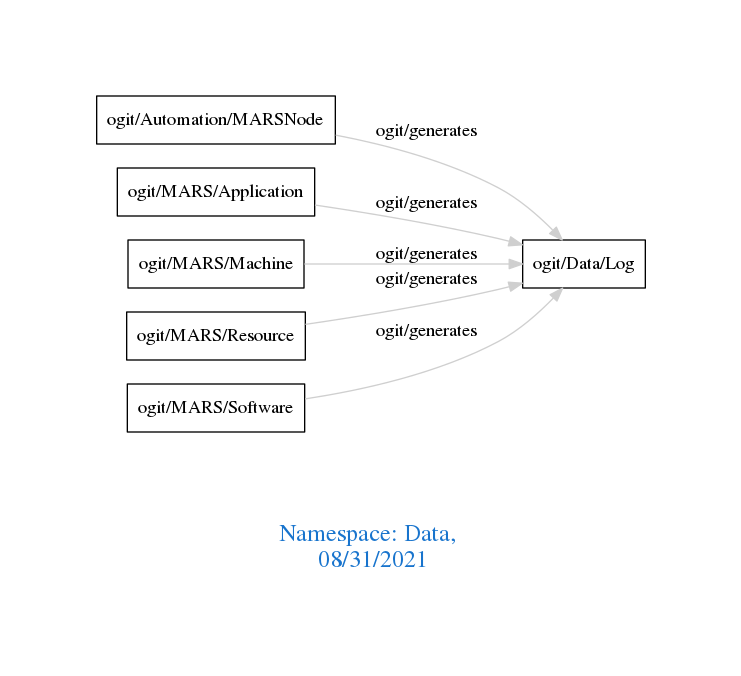
Earlier version of the Graphviz export downloads/Data.png (arago/OGIT). Its source is kept beside it as downloads/Data.dot.
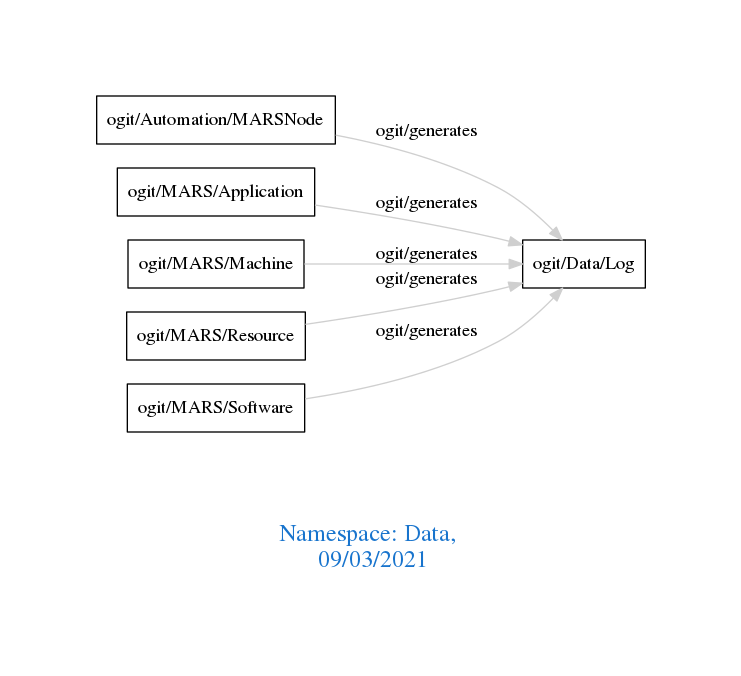
The same file after the commit.

Change to the diagram source:
```diff
@@ -1,7 +1,7 @@
 digraph OGIT_ontology {
  graph [ rankdir= LR,pad=1
 fontsize = 18,
-fontcolor= dodgerblue3,label = "\n\n\nNamespace: Data, \n 08/31/2021"];
+fontcolor= dodgerblue3,label = "\n\n\nNamespace: Data, \n 09/03/2021"];
 node[shape=polygon];
 edge [  color="gray81"];
 
```
